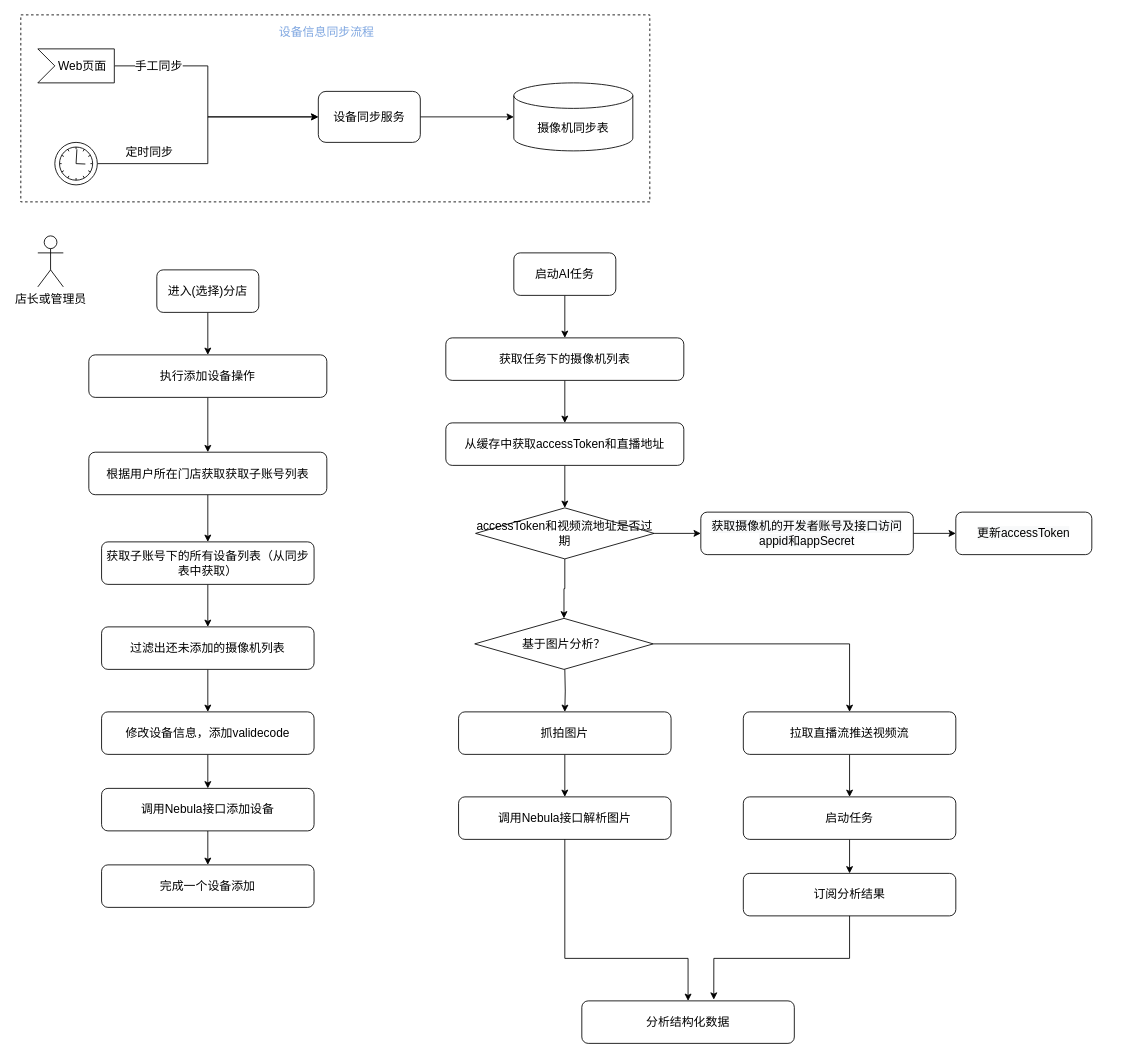
Earlier version of the draw.io diagram page "设备操作流程" (2 of 6) of 设备管理ER图.drawio (liushubao0109/drawio). Source tidied: cells renumbered, new cells numbered last; positions are measured from the earlier drawing's top-left corner, leaving out a move shared by most shapes. Both pictures are drawn from the tidied source at 85%, with x=0, y=0 at pixel (20, 14).
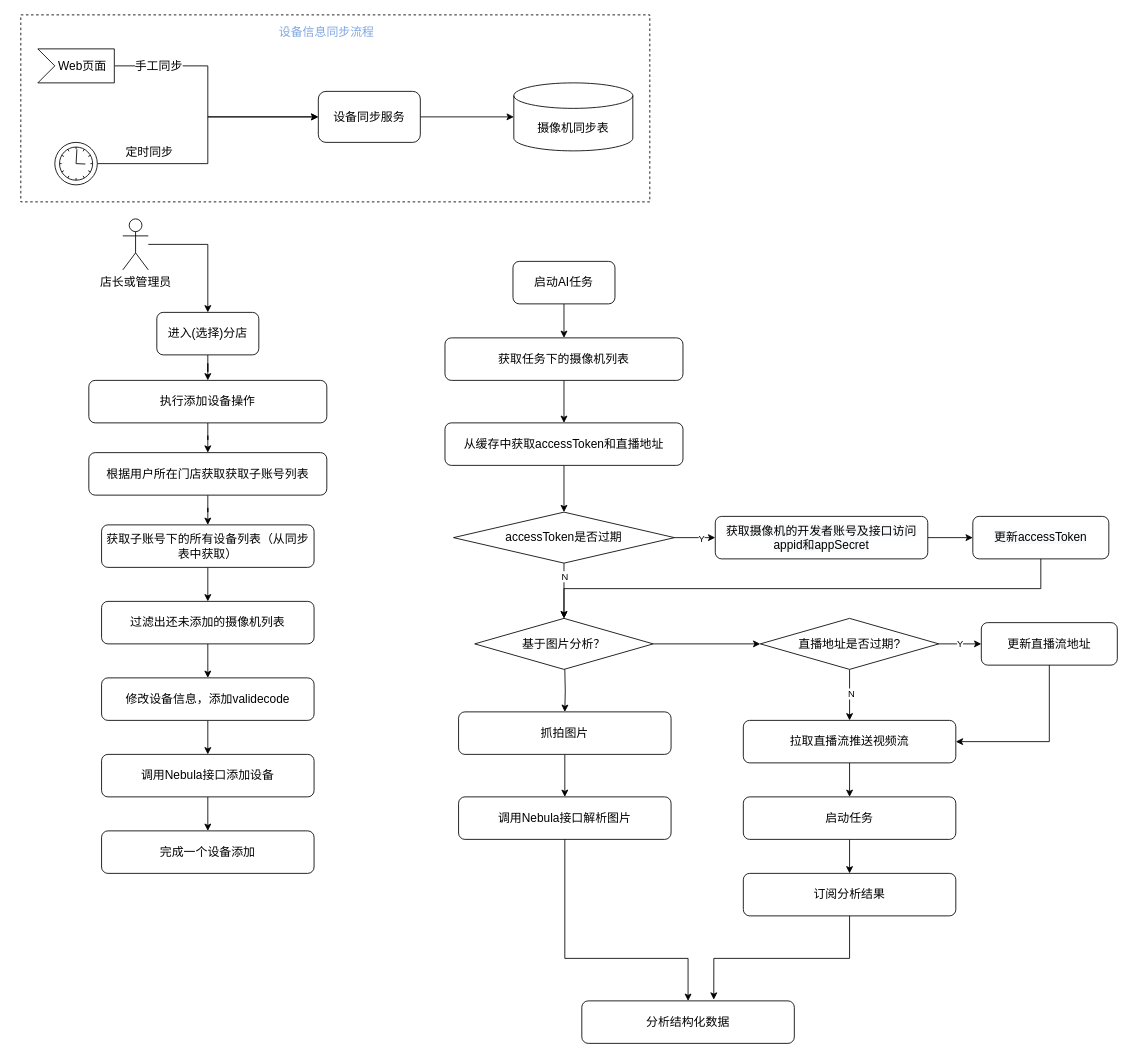
After the change.

Commit message:
Update 设备管理ER图.drawio

The change refers to these unchanged cells:
```xml
<mxCell id="33" style="edgeStyle=orthogonalEdgeStyle;rounded=0;jettySize=auto;html=1;fontSize=14;fontColor=#000000;exitX=0.5;exitY=1;exitDx=0;exitDy=0;entryX=0.5;entryY=0;entryDx=0;entryDy=0;" parent="1" edge="1" source="45" target="47">
  <mxGeometry relative="1" as="geometry" />
</mxCell>
<mxCell id="44" style="edgeStyle=orthogonalEdgeStyle;rounded=0;jettySize=auto;html=1;fontSize=14;fontColor=#000000;" parent="1" edge="1" source="45" target="43">
  <mxGeometry relative="1" as="geometry" />
</mxCell>
<mxCell id="47" value="基于图片分析？" style="rhombus;whiteSpace=wrap;html=1;fontSize=14;fontColor=#000000;" parent="1" vertex="1">
  <mxGeometry x="534" y="710" width="210" height="60" as="geometry" />
</mxCell>
```

What changed in the source:
```diff
@@
     <mxCell id="14" value="执行添加设备操作" style="rounded=1;whiteSpace=wrap;html=1;fontSize=14;" parent="1" vertex="1">
-      <mxGeometry x="80" y="400" width="280" height="50" as="geometry" />
+      <mxGeometry x="80" y="430" width="280" height="50" as="geometry" />
     </mxCell>
     <mxCell id="15" value="&lt;font color=&quot;#000000&quot;&gt;店长或管理员&lt;/font&gt;" style="shape=umlActor;verticalLabelPosition=bottom;verticalAlign=top;html=1;outlineConnect=0;fontSize=14;fontColor=#7EA6E0;" parent="1" vertex="1">
-      <mxGeometry x="20" y="260" width="30" height="60" as="geometry" />
+      <mxGeometry x="120" y="240" width="30" height="60" as="geometry" />
     </mxCell>
@@
     <mxCell id="17" value="根据用户所在门店获取获取子账号列表" style="rounded=1;whiteSpace=wrap;html=1;fontSize=14;" parent="1" vertex="1">
-      <mxGeometry x="80" y="514.5" width="280" height="50" as="geometry" />
+      <mxGeometry x="80" y="515" width="280" height="50" as="geometry" />
     </mxCell>
@@
     <mxCell id="19" value="获取子账号下的所有设备列表（从同步表中获取）" style="rounded=1;whiteSpace=wrap;html=1;fontSize=14;" parent="1" vertex="1">
-      <mxGeometry x="95" y="620" width="250" height="50" as="geometry" />
+      <mxGeometry x="95" y="600" width="250" height="50" as="geometry" />
     </mxCell>
@@
     <mxCell id="21" value="进入(选择)分店" style="rounded=1;whiteSpace=wrap;html=1;fontSize=14;" parent="1" vertex="1">
-      <mxGeometry x="160" y="300" width="120" height="50" as="geometry" />
+      <mxGeometry x="160" y="350" width="120" height="50" as="geometry" />
     </mxCell>
@@
     <mxCell id="23" value="过滤出还未添加的摄像机列表" style="rounded=1;whiteSpace=wrap;html=1;fontSize=14;" parent="1" vertex="1">
-      <mxGeometry x="95" y="720" width="250" height="50" as="geometry" />
+      <mxGeometry x="95" y="690" width="250" height="50" as="geometry" />
     </mxCell>
@@
     <mxCell id="25" value="修改设备信息，添加validecode" style="rounded=1;whiteSpace=wrap;html=1;fontSize=14;" parent="1" vertex="1">
-      <mxGeometry x="95" y="820" width="250" height="50" as="geometry" />
+      <mxGeometry x="95" y="780" width="250" height="50" as="geometry" />
     </mxCell>
@@
     <mxCell id="27" value="调用Nebula接口添加设备" style="rounded=1;whiteSpace=wrap;html=1;fontSize=14;" parent="1" vertex="1">
-      <mxGeometry x="95" y="910" width="250" height="50" as="geometry" />
+      <mxGeometry x="95" y="870" width="250" height="50" as="geometry" />
     </mxCell>
     <mxCell id="28" value="完成一个设备添加" style="rounded=1;whiteSpace=wrap;html=1;fontSize=14;" parent="1" vertex="1">
-      <mxGeometry x="95" y="1000" width="250" height="50" as="geometry" />
+      <mxGeometry x="95" y="960" width="250" height="50" as="geometry" />
     </mxCell>
@@
     <mxCell id="30" value="获取任务下的摄像机列表" style="rounded=1;whiteSpace=wrap;html=1;fontSize=14;" parent="1" vertex="1">
-      <mxGeometry x="500" y="380" width="280" height="50" as="geometry" />
+      <mxGeometry x="499" y="380" width="280" height="50" as="geometry" />
     </mxCell>
@@
     <mxCell id="32" value="从缓存中获取accessToken和直播地址" style="rounded=1;whiteSpace=wrap;html=1;fontSize=14;" parent="1" vertex="1">
-      <mxGeometry x="500" y="480" width="280" height="50" as="geometry" />
+      <mxGeometry x="499" y="480" width="280" height="50" as="geometry" />
     </mxCell>
@@
+    <mxCell id="55" value="N" style="edgeLabel;html=1;align=center;verticalAlign=middle;" parent="33" vertex="1">
+      <mxGeometry x="-0.31" y="-1" relative="1" as="geometry">
+        <mxPoint x="1" y="-7" as="offset" />
+      </mxGeometry>
+    </mxCell>
@@
     <mxCell id="35" value="启动AI任务" style="rounded=1;whiteSpace=wrap;html=1;fontSize=14;" parent="1" vertex="1">
-      <mxGeometry x="580" y="280" width="120" height="50" as="geometry" />
+      <mxGeometry x="579" y="290" width="120" height="50" as="geometry" />
     </mxCell>
@@
-    <mxCell id="37" style="edgeStyle=orthogonalEdgeStyle;rounded=0;jettySize=auto;html=1;fontSize=14;fontColor=#000000;exitX=1;exitY=0.5;exitDx=0;exitDy=0;" parent="1" edge="1" source="47" target="50">
-      <mxGeometry relative="1" as="geometry" />
-    </mxCell>
@@
     <mxCell id="43" value="&lt;span style=&quot;color: rgb(0, 0, 0); font-family: Helvetica; font-size: 14px; font-style: normal; font-variant-ligatures: normal; font-variant-caps: normal; font-weight: 400; letter-spacing: normal; orphans: 2; text-align: center; text-indent: 0px; text-transform: none; widows: 2; word-spacing: 0px; -webkit-text-stroke-width: 0px; background-color: rgb(248, 249, 250); text-decoration-thickness: initial; text-decoration-style: initial; text-decoration-color: initial; float: none; display: inline !important;&quot;&gt;获取摄像机的开发者账号及接口访问appid和appSecret&lt;/span&gt;" style="rounded=1;whiteSpace=wrap;html=1;fontSize=14;" parent="1" vertex="1">
-      <mxGeometry x="800" y="585" width="250" height="50" as="geometry" />
+      <mxGeometry x="817" y="590" width="250" height="50" as="geometry" />
     </mxCell>
@@
+    <mxCell id="56" value="Y" style="edgeLabel;html=1;align=center;verticalAlign=middle;" parent="44" vertex="1">
+      <mxGeometry x="0.31" y="-1" relative="1" as="geometry" />
+    </mxCell>
-    <mxCell id="45" value="accessToken和视频流地址是否过期" style="rhombus;whiteSpace=wrap;html=1;fontSize=14;fontColor=#000000;" parent="1" vertex="1">
-      <mxGeometry x="535" y="580" width="210" height="60" as="geometry" />
+    <mxCell id="45" value="accessToken是否过期" style="rhombus;whiteSpace=wrap;html=1;fontSize=14;fontColor=#000000;" parent="1" vertex="1">
+      <mxGeometry x="509" y="585" width="260" height="60" as="geometry" />
     </mxCell>
     <mxCell id="46" value="&lt;span style=&quot;color: rgb(0, 0, 0); font-family: Helvetica; font-size: 14px; font-style: normal; font-variant-ligatures: normal; font-variant-caps: normal; font-weight: 400; letter-spacing: normal; orphans: 2; text-align: center; text-indent: 0px; text-transform: none; widows: 2; word-spacing: 0px; -webkit-text-stroke-width: 0px; background-color: rgb(248, 249, 250); text-decoration-thickness: initial; text-decoration-style: initial; text-decoration-color: initial; float: none; display: inline !important;&quot;&gt;更新accessToken&lt;/span&gt;" style="rounded=1;whiteSpace=wrap;html=1;fontSize=14;" parent="1" vertex="1">
-      <mxGeometry x="1100" y="585" width="160" height="50" as="geometry" />
+      <mxGeometry x="1120" y="590" width="160" height="50" as="geometry" />
     </mxCell>
@@
     <mxCell id="50" value="拉取直播流推送视频流" style="rounded=1;whiteSpace=wrap;html=1;fontSize=14;" parent="1" vertex="1">
-      <mxGeometry x="850" y="820" width="250" height="50" as="geometry" />
+      <mxGeometry x="850" y="830" width="250" height="50" as="geometry" />
     </mxCell>
@@
+    <mxCell id="57" style="endArrow=classic;html=1;rounded=0;strokeColor=#000000;strokeWidth=1;entryX=0.5;entryY=0;entryDx=0;entryDy=0;" parent="1" edge="1" source="15" target="21">
+      <mxGeometry relative="1" as="geometry">
+        <Array as="points">
+          <mxPoint x="220" y="270" />
+        </Array>
+      </mxGeometry>
+    </mxCell>
+    <mxCell id="58" style="edgeStyle=orthogonalEdgeStyle;rounded=0;jettySize=auto;html=1;strokeColor=#000000;strokeWidth=1;" parent="1" edge="1" source="61" target="50">
+      <mxGeometry relative="1" as="geometry" />
+    </mxCell>
+    <mxCell id="59" value="N" style="edgeLabel;html=1;align=center;verticalAlign=middle;" parent="58" vertex="1">
+      <mxGeometry x="-0.06" y="1" relative="1" as="geometry" />
+    </mxCell>
+    <mxCell id="60" value="Y" style="edgeStyle=orthogonalEdgeStyle;rounded=0;jettySize=auto;html=1;strokeColor=#000000;strokeWidth=1;" parent="1" edge="1" source="61" target="63">
+      <mxGeometry relative="1" as="geometry">
+        <Array as="points">
+          <mxPoint x="1100" y="740" />
+          <mxPoint x="1100" y="740" />
+        </Array>
+      </mxGeometry>
+    </mxCell>
+    <mxCell id="61" value="直播地址是否过期?" style="rhombus;whiteSpace=wrap;html=1;fontSize=14;fontColor=#000000;" parent="1" vertex="1">
+      <mxGeometry x="870" y="710" width="210" height="60" as="geometry" />
+    </mxCell>
+    <mxCell id="62" style="endArrow=classic;html=1;rounded=0;strokeColor=#000000;strokeWidth=1;exitX=1;exitY=0.5;exitDx=0;exitDy=0;entryX=0;entryY=0.5;entryDx=0;entryDy=0;" parent="1" edge="1" source="47" target="61">
+      <mxGeometry relative="1" as="geometry" />
+    </mxCell>
+    <mxCell id="63" value="更新直播流地址" style="rounded=1;whiteSpace=wrap;html=1;fontSize=14;" parent="1" vertex="1">
+      <mxGeometry x="1130" y="715" width="160" height="50" as="geometry" />
+    </mxCell>
+    <mxCell id="64" style="edgeStyle=orthogonalEdgeStyle;rounded=0;jettySize=auto;html=1;fontSize=14;fontColor=#000000;exitX=0.5;exitY=1;exitDx=0;exitDy=0;entryX=1;entryY=0.5;entryDx=0;entryDy=0;" parent="1" edge="1" source="63" target="50">
+      <mxGeometry relative="1" as="geometry" />
+    </mxCell>
+    <mxCell id="65" style="edgeStyle=orthogonalEdgeStyle;rounded=0;jettySize=auto;html=1;fontSize=14;fontColor=#000000;exitX=0.5;exitY=1;exitDx=0;exitDy=0;" parent="1" edge="1" source="46" target="47">
+      <mxGeometry relative="1" as="geometry" />
+    </mxCell>
```
